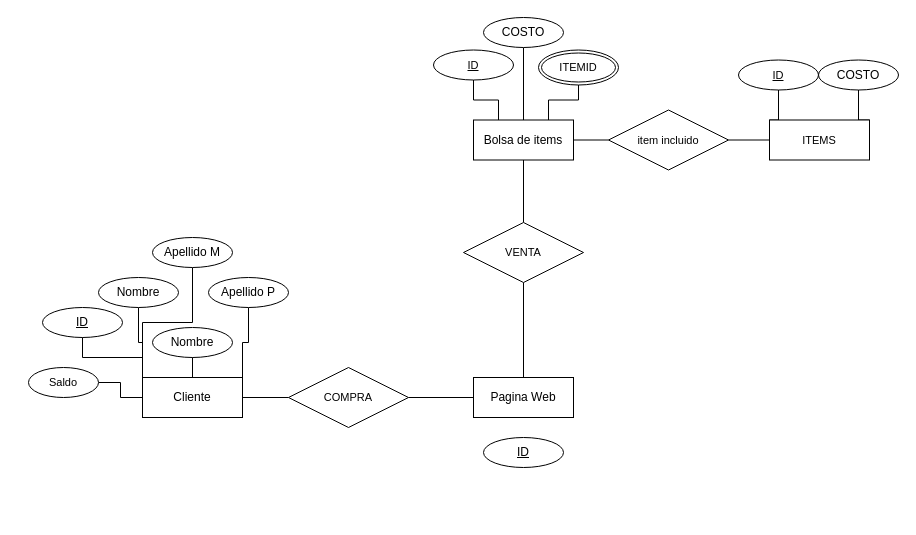
The draw.io diagram Base de Datos INGW I .drawio in CHMaster123/Diagramas-de-Clases, before the edit. Source tidied: cells renumbered, new cells numbered last; positions are measured from the earlier drawing's top-left corner, leaving out a move shared by most shapes. Both pictures are drawn from the tidied source at 100%, with x=0, y=0 at pixel (28, 17).
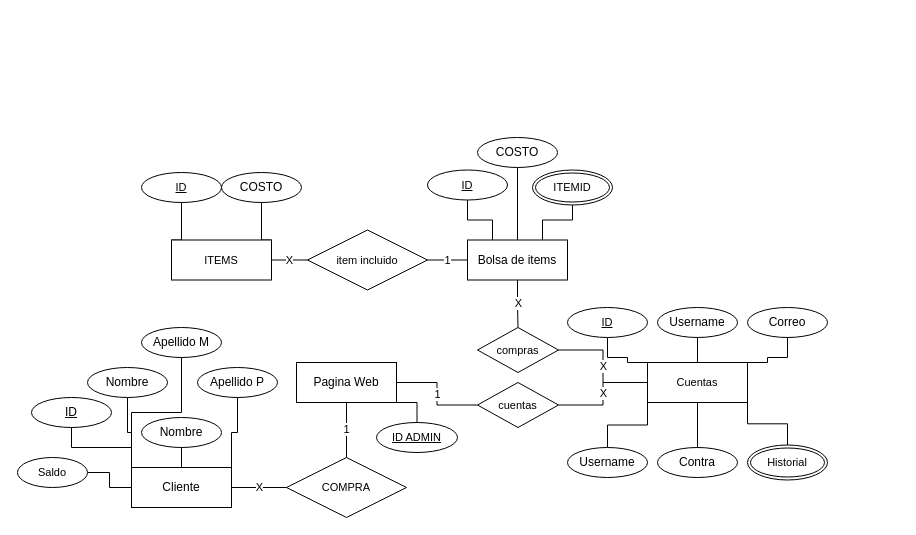
The same page after the edit.

Change to the diagram source:
```diff
@@
     <mxCell id="2" value="ID" style="ellipse;whiteSpace=wrap;html=1;align=center;fontStyle=4;" parent="1" vertex="1">
-      <mxGeometry x="14" y="290" width="80" height="30" as="geometry" />
+      <mxGeometry x="3" y="380" width="80" height="30" as="geometry" />
     </mxCell>
     <mxCell id="3" value="Nombre" style="ellipse;whiteSpace=wrap;html=1;align=center;" parent="1" vertex="1">
-      <mxGeometry x="124" y="310" width="80" height="30" as="geometry" />
+      <mxGeometry x="113" y="400" width="80" height="30" as="geometry" />
     </mxCell>
-    <mxCell id="4" style="edgeStyle=orthogonalEdgeStyle;shape=connector;rounded=0;jettySize=auto;html=1;exitX=0.5;exitY=0;exitDx=0;exitDy=0;entryX=0.5;entryY=1;entryDx=0;entryDy=0;labelBackgroundColor=default;strokeColor=default;fontFamily=Helvetica;fontSize=11;fontColor=default;endArrow=none;endFill=0;" parent="1" edge="1" source="5" target="33">
-      <mxGeometry relative="1" as="geometry" />
-    </mxCell>
+    <mxCell id="38" style="edgeStyle=orthogonalEdgeStyle;shape=connector;rounded=0;jettySize=auto;html=1;exitX=1;exitY=1;exitDx=0;exitDy=0;entryX=0.5;entryY=0;entryDx=0;entryDy=0;labelBackgroundColor=default;strokeColor=default;fontFamily=Helvetica;fontSize=11;fontColor=default;endArrow=none;endFill=0;" parent="1" edge="1" source="5" target="55">
+      <mxGeometry relative="1" as="geometry" />
+    </mxCell>
+    <mxCell id="39" value="1" style="edgeStyle=orthogonalEdgeStyle;shape=connector;rounded=0;jettySize=auto;html=1;exitX=1;exitY=0.5;exitDx=0;exitDy=0;entryX=0;entryY=0.5;entryDx=0;entryDy=0;labelBackgroundColor=default;strokeColor=default;fontFamily=Helvetica;fontSize=11;fontColor=default;endArrow=none;endFill=0;" parent="1" edge="1" source="5" target="57">
+      <mxGeometry relative="1" as="geometry" />
+    </mxCell>
     <mxCell id="5" value="Pagina Web" style="whiteSpace=wrap;html=1;align=center;" parent="1" vertex="1">
-      <mxGeometry x="445" y="360" width="100" height="40" as="geometry" />
+      <mxGeometry x="268" y="345" width="100" height="40" as="geometry" />
     </mxCell>
@@
-    <mxCell id="9" style="edgeStyle=orthogonalEdgeStyle;shape=connector;rounded=0;jettySize=auto;html=1;exitX=1;exitY=0.5;exitDx=0;exitDy=0;entryX=0;entryY=0.5;entryDx=0;entryDy=0;labelBackgroundColor=default;strokeColor=default;fontFamily=Helvetica;fontSize=11;fontColor=default;endArrow=none;endFill=0;" parent="1" edge="1" source="10" target="37">
-      <mxGeometry relative="1" as="geometry" />
-    </mxCell>
+    <mxCell id="40" value="X" style="edgeStyle=orthogonalEdgeStyle;shape=connector;rounded=0;jettySize=auto;html=1;exitX=0.5;exitY=1;exitDx=0;exitDy=0;entryX=0.5;entryY=0;entryDx=0;entryDy=0;labelBackgroundColor=default;strokeColor=default;fontFamily=Helvetica;fontSize=11;fontColor=default;endArrow=none;endFill=0;" parent="1" edge="1" source="10" target="59">
+      <mxGeometry relative="1" as="geometry" />
+    </mxCell>
     <mxCell id="10" value="Bolsa de items" style="whiteSpace=wrap;html=1;align=center;" parent="1" vertex="1">
-      <mxGeometry x="445" y="102.5" width="100" height="40" as="geometry" />
+      <mxGeometry x="439" y="222.5" width="100" height="40" as="geometry" />
     </mxCell>
@@
-    <mxCell id="17" style="edgeStyle=orthogonalEdgeStyle;shape=connector;rounded=0;jettySize=auto;html=1;exitX=1;exitY=0.5;exitDx=0;exitDy=0;entryX=0;entryY=0.5;entryDx=0;entryDy=0;labelBackgroundColor=default;strokeColor=default;fontFamily=Helvetica;fontSize=11;fontColor=default;endArrow=none;endFill=0;" parent="1" edge="1" source="18" target="31">
+    <mxCell id="17" value="X" style="edgeStyle=orthogonalEdgeStyle;shape=connector;rounded=0;jettySize=auto;html=1;exitX=1;exitY=0.5;exitDx=0;exitDy=0;entryX=0;entryY=0.5;entryDx=0;entryDy=0;labelBackgroundColor=default;strokeColor=default;fontFamily=Helvetica;fontSize=11;fontColor=default;endArrow=none;endFill=0;" parent="1" edge="1" source="18" target="31">
       <mxGeometry relative="1" as="geometry" />
     </mxCell>
     <mxCell id="18" value="Cliente" style="whiteSpace=wrap;html=1;align=center;" parent="1" vertex="1">
-      <mxGeometry x="114" y="360" width="100" height="40" as="geometry" />
+      <mxGeometry x="103" y="450" width="100" height="40" as="geometry" />
     </mxCell>
     <mxCell id="19" value="Saldo" style="ellipse;whiteSpace=wrap;html=1;align=center;strokeColor=default;fontFamily=Helvetica;fontSize=11;fontColor=default;fillColor=default;" parent="1" vertex="1">
-      <mxGeometry y="350" width="70" height="30" as="geometry" />
+      <mxGeometry x="-11" y="440" width="70" height="30" as="geometry" />
     </mxCell>
     <mxCell id="20" value="Apellido M" style="ellipse;whiteSpace=wrap;html=1;align=center;" parent="1" vertex="1">
-      <mxGeometry x="124" y="220" width="80" height="30" as="geometry" />
+      <mxGeometry x="113" y="310" width="80" height="30" as="geometry" />
     </mxCell>
     <mxCell id="21" value="Nombre" style="ellipse;whiteSpace=wrap;html=1;align=center;" parent="1" vertex="1">
-      <mxGeometry x="70" y="260" width="80" height="30" as="geometry" />
+      <mxGeometry x="59" y="350" width="80" height="30" as="geometry" />
     </mxCell>
     <mxCell id="22" value="Apellido P" style="ellipse;whiteSpace=wrap;html=1;align=center;" parent="1" vertex="1">
-      <mxGeometry x="180" y="260" width="80" height="30" as="geometry" />
+      <mxGeometry x="169" y="350" width="80" height="30" as="geometry" />
     </mxCell>
@@
+    <mxCell id="41" value="X" style="edgeStyle=orthogonalEdgeStyle;shape=connector;rounded=0;jettySize=auto;html=1;exitX=1;exitY=0.5;exitDx=0;exitDy=0;entryX=0;entryY=0.5;entryDx=0;entryDy=0;labelBackgroundColor=default;strokeColor=default;fontFamily=Helvetica;fontSize=11;fontColor=default;endArrow=none;endFill=0;" parent="1" edge="1" source="25" target="37">
+      <mxGeometry relative="1" as="geometry" />
+    </mxCell>
     <mxCell id="25" value="ITEMS" style="whiteSpace=wrap;html=1;align=center;fontFamily=Helvetica;fontSize=11;fontColor=default;" parent="1" vertex="1">
-      <mxGeometry x="741" y="102.5" width="100" height="40" as="geometry" />
+      <mxGeometry x="143" y="222.5" width="100" height="40" as="geometry" />
     </mxCell>
     <mxCell id="26" value="ID" style="ellipse;whiteSpace=wrap;html=1;align=center;fontStyle=4;fontFamily=Helvetica;fontSize=11;fontColor=default;" parent="1" vertex="1">
-      <mxGeometry x="710" y="42.5" width="80" height="30" as="geometry" />
+      <mxGeometry x="113" y="155" width="80" height="30" as="geometry" />
     </mxCell>
     <mxCell id="27" value="COSTO" style="ellipse;whiteSpace=wrap;html=1;align=center;" parent="1" vertex="1">
-      <mxGeometry x="790" y="42.5" width="80" height="30" as="geometry" />
+      <mxGeometry x="193" y="155" width="80" height="30" as="geometry" />
     </mxCell>
     <mxCell id="28" value="ID" style="ellipse;whiteSpace=wrap;html=1;align=center;fontStyle=4;fontFamily=Helvetica;fontSize=11;fontColor=default;" parent="1" vertex="1">
-      <mxGeometry x="405" y="32.5" width="80" height="30" as="geometry" />
+      <mxGeometry x="399" y="152.5" width="80" height="30" as="geometry" />
     </mxCell>
     <mxCell id="29" value="ITEMID" style="ellipse;shape=doubleEllipse;margin=3;whiteSpace=wrap;html=1;align=center;strokeColor=default;fontFamily=Helvetica;fontSize=11;fontColor=default;fillColor=default;" parent="1" vertex="1">
-      <mxGeometry x="510" y="32.5" width="80" height="35" as="geometry" />
+      <mxGeometry x="504" y="152.5" width="80" height="35" as="geometry" />
     </mxCell>
-    <mxCell id="30" style="edgeStyle=orthogonalEdgeStyle;shape=connector;rounded=0;jettySize=auto;html=1;exitX=1;exitY=0.5;exitDx=0;exitDy=0;entryX=0;entryY=0.5;entryDx=0;entryDy=0;labelBackgroundColor=default;strokeColor=default;fontFamily=Helvetica;fontSize=11;fontColor=default;endArrow=none;endFill=0;" parent="1" edge="1" source="31" target="5">
+    <mxCell id="30" value="1" style="edgeStyle=orthogonalEdgeStyle;shape=connector;rounded=0;jettySize=auto;html=1;exitX=0.5;exitY=0;exitDx=0;exitDy=0;entryX=0.5;entryY=1;entryDx=0;entryDy=0;labelBackgroundColor=default;strokeColor=default;fontFamily=Helvetica;fontSize=11;fontColor=default;endArrow=none;endFill=0;" parent="1" edge="1" source="31" target="5">
       <mxGeometry relative="1" as="geometry" />
     </mxCell>
     <mxCell id="31" value="COMPRA" style="shape=rhombus;perimeter=rhombusPerimeter;whiteSpace=wrap;html=1;align=center;strokeColor=default;fontFamily=Helvetica;fontSize=11;fontColor=default;fillColor=default;" parent="1" vertex="1">
-      <mxGeometry x="260" y="350" width="120" height="60" as="geometry" />
+      <mxGeometry x="258" y="440" width="120" height="60" as="geometry" />
     </mxCell>
-    <mxCell id="32" style="edgeStyle=orthogonalEdgeStyle;shape=connector;rounded=0;jettySize=auto;html=1;exitX=0.5;exitY=0;exitDx=0;exitDy=0;entryX=0.5;entryY=1;entryDx=0;entryDy=0;labelBackgroundColor=default;strokeColor=default;fontFamily=Helvetica;fontSize=11;fontColor=default;endArrow=none;endFill=0;" parent="1" edge="1" source="33" target="10">
-      <mxGeometry relative="1" as="geometry" />
-    </mxCell>
-    <mxCell id="33" value="VENTA" style="shape=rhombus;perimeter=rhombusPerimeter;whiteSpace=wrap;html=1;align=center;strokeColor=default;fontFamily=Helvetica;fontSize=11;fontColor=default;fillColor=default;" parent="1" vertex="1">
-      <mxGeometry x="435" y="205" width="120" height="60" as="geometry" />
-    </mxCell>
+    <mxCell id="35" value="COSTO" style="ellipse;whiteSpace=wrap;html=1;align=center;" parent="1" vertex="1">
+      <mxGeometry x="449" y="120" width="80" height="30" as="geometry" />
+    </mxCell>
+    <mxCell id="42" value="1" style="edgeStyle=orthogonalEdgeStyle;shape=connector;rounded=0;jettySize=auto;html=1;entryX=0;entryY=0.5;entryDx=0;entryDy=0;labelBackgroundColor=default;strokeColor=default;fontFamily=Helvetica;fontSize=11;fontColor=default;endArrow=none;endFill=0;" parent="1" edge="1" source="37" target="10">
+      <mxGeometry relative="1" as="geometry" />
+    </mxCell>
+    <mxCell id="37" value="item incluido" style="shape=rhombus;perimeter=rhombusPerimeter;whiteSpace=wrap;html=1;align=center;strokeColor=default;fontFamily=Helvetica;fontSize=11;fontColor=default;fillColor=default;" parent="1" vertex="1">
+      <mxGeometry x="279" y="212.5" width="120" height="60" as="geometry" />
+    </mxCell>
+    <mxCell id="43" style="edgeStyle=orthogonalEdgeStyle;shape=connector;rounded=0;jettySize=auto;html=1;exitX=0;exitY=0;exitDx=0;exitDy=0;entryX=0.5;entryY=1;entryDx=0;entryDy=0;labelBackgroundColor=default;strokeColor=default;fontFamily=Helvetica;fontSize=11;fontColor=default;endArrow=none;endFill=0;" parent="1" edge="1" source="49" target="34">
+      <mxGeometry relative="1" as="geometry">
+        <Array as="points">
+          <mxPoint x="599" y="345" />
+          <mxPoint x="599" y="340" />
+          <mxPoint x="579" y="340" />
+        </Array>
+      </mxGeometry>
+    </mxCell>
+    <mxCell id="44" style="edgeStyle=orthogonalEdgeStyle;shape=connector;rounded=0;jettySize=auto;html=1;exitX=0.5;exitY=0;exitDx=0;exitDy=0;entryX=0.5;entryY=1;entryDx=0;entryDy=0;labelBackgroundColor=default;strokeColor=default;fontFamily=Helvetica;fontSize=11;fontColor=default;endArrow=none;endFill=0;" parent="1" edge="1" source="49" target="50">
+      <mxGeometry relative="1" as="geometry" />
+    </mxCell>
+    <mxCell id="45" style="edgeStyle=orthogonalEdgeStyle;shape=connector;rounded=0;jettySize=auto;html=1;exitX=1;exitY=0;exitDx=0;exitDy=0;entryX=0.5;entryY=1;entryDx=0;entryDy=0;labelBackgroundColor=default;strokeColor=default;fontFamily=Helvetica;fontSize=11;fontColor=default;endArrow=none;endFill=0;" parent="1" edge="1" source="49" target="51">
+      <mxGeometry relative="1" as="geometry">
+        <Array as="points">
+          <mxPoint x="739" y="345" />
+          <mxPoint x="739" y="340" />
+          <mxPoint x="759" y="340" />
+        </Array>
+      </mxGeometry>
+    </mxCell>
+    <mxCell id="46" style="edgeStyle=orthogonalEdgeStyle;shape=connector;rounded=0;jettySize=auto;html=1;exitX=0;exitY=1;exitDx=0;exitDy=0;entryX=0.5;entryY=0;entryDx=0;entryDy=0;labelBackgroundColor=default;strokeColor=default;fontFamily=Helvetica;fontSize=11;fontColor=default;endArrow=none;endFill=0;" parent="1" edge="1" source="49" target="52">
+      <mxGeometry relative="1" as="geometry" />
+    </mxCell>
+    <mxCell id="47" style="edgeStyle=orthogonalEdgeStyle;shape=connector;rounded=0;jettySize=auto;html=1;exitX=0.5;exitY=1;exitDx=0;exitDy=0;entryX=0.5;entryY=0;entryDx=0;entryDy=0;labelBackgroundColor=default;strokeColor=default;fontFamily=Helvetica;fontSize=11;fontColor=default;endArrow=none;endFill=0;" parent="1" edge="1" source="49" target="53">
+      <mxGeometry relative="1" as="geometry" />
+    </mxCell>
+    <mxCell id="48" style="edgeStyle=orthogonalEdgeStyle;shape=connector;rounded=0;jettySize=auto;html=1;exitX=1;exitY=1;exitDx=0;exitDy=0;entryX=0.5;entryY=0;entryDx=0;entryDy=0;labelBackgroundColor=default;strokeColor=default;fontFamily=Helvetica;fontSize=11;fontColor=default;endArrow=none;endFill=0;" parent="1" edge="1" source="49" target="54">
+      <mxGeometry relative="1" as="geometry" />
+    </mxCell>
+    <mxCell id="49" value="Cuentas" style="whiteSpace=wrap;html=1;align=center;strokeColor=default;fontFamily=Helvetica;fontSize=11;fontColor=default;fillColor=default;" parent="1" vertex="1">
+      <mxGeometry x="619" y="345" width="100" height="40" as="geometry" />
+    </mxCell>
-    <mxCell id="34" value="ID" style="ellipse;whiteSpace=wrap;html=1;align=center;fontStyle=4;" parent="1" vertex="1">
-      <mxGeometry x="455" y="420" width="80" height="30" as="geometry" />
+    <mxCell id="34" value="ID" style="ellipse;whiteSpace=wrap;html=1;align=center;fontStyle=4;fontFamily=Helvetica;fontSize=11;fontColor=default;" parent="1" vertex="1">
+      <mxGeometry x="539" y="290" width="80" height="30" as="geometry" />
     </mxCell>
-    <mxCell id="35" value="COSTO" style="ellipse;whiteSpace=wrap;html=1;align=center;" parent="1" vertex="1">
-      <mxGeometry x="455" width="80" height="30" as="geometry" />
-    </mxCell>
-    <mxCell id="36" style="edgeStyle=orthogonalEdgeStyle;shape=connector;rounded=0;jettySize=auto;html=1;exitX=1;exitY=0.5;exitDx=0;exitDy=0;entryX=0;entryY=0.5;entryDx=0;entryDy=0;labelBackgroundColor=default;strokeColor=default;fontFamily=Helvetica;fontSize=11;fontColor=default;endArrow=none;endFill=0;" parent="1" edge="1" source="37" target="25">
-      <mxGeometry relative="1" as="geometry" />
-    </mxCell>
-    <mxCell id="37" value="item incluido" style="shape=rhombus;perimeter=rhombusPerimeter;whiteSpace=wrap;html=1;align=center;strokeColor=default;fontFamily=Helvetica;fontSize=11;fontColor=default;fillColor=default;" parent="1" vertex="1">
-      <mxGeometry x="580" y="92.5" width="120" height="60" as="geometry" />
-    </mxCell>
+    <mxCell id="50" value="Username" style="ellipse;whiteSpace=wrap;html=1;align=center;" parent="1" vertex="1">
+      <mxGeometry x="629" y="290" width="80" height="30" as="geometry" />
+    </mxCell>
+    <mxCell id="51" value="Correo" style="ellipse;whiteSpace=wrap;html=1;align=center;" parent="1" vertex="1">
+      <mxGeometry x="719" y="290" width="80" height="30" as="geometry" />
+    </mxCell>
+    <mxCell id="52" value="Username" style="ellipse;whiteSpace=wrap;html=1;align=center;" parent="1" vertex="1">
+      <mxGeometry x="539" y="430" width="80" height="30" as="geometry" />
+    </mxCell>
+    <mxCell id="53" value="Contra" style="ellipse;whiteSpace=wrap;html=1;align=center;" parent="1" vertex="1">
+      <mxGeometry x="629" y="430" width="80" height="30" as="geometry" />
+    </mxCell>
+    <mxCell id="54" value="Historial" style="ellipse;shape=doubleEllipse;margin=3;whiteSpace=wrap;html=1;align=center;strokeColor=default;fontFamily=Helvetica;fontSize=11;fontColor=default;fillColor=default;" parent="1" vertex="1">
+      <mxGeometry x="719" y="427.5" width="80" height="35" as="geometry" />
+    </mxCell>
+    <mxCell id="55" value="ID ADMIN" style="ellipse;whiteSpace=wrap;html=1;align=center;fontStyle=4;strokeColor=default;fontFamily=Helvetica;fontSize=11;fontColor=default;fillColor=default;" parent="1" vertex="1">
+      <mxGeometry x="348" y="405" width="81" height="30" as="geometry" />
+    </mxCell>
+    <mxCell id="56" value="X" style="edgeStyle=orthogonalEdgeStyle;shape=connector;rounded=0;jettySize=auto;html=1;exitX=1;exitY=0.5;exitDx=0;exitDy=0;entryX=0;entryY=0.5;entryDx=0;entryDy=0;labelBackgroundColor=default;strokeColor=default;fontFamily=Helvetica;fontSize=11;fontColor=default;endArrow=none;endFill=0;" parent="1" edge="1" source="57" target="49">
+      <mxGeometry relative="1" as="geometry" />
+    </mxCell>
+    <mxCell id="57" value="cuentas" style="shape=rhombus;perimeter=rhombusPerimeter;whiteSpace=wrap;html=1;align=center;strokeColor=default;fontFamily=Helvetica;fontSize=11;fontColor=default;fillColor=default;" parent="1" vertex="1">
+      <mxGeometry x="449" y="365" width="81" height="45" as="geometry" />
+    </mxCell>
+    <mxCell id="58" value="X" style="edgeStyle=orthogonalEdgeStyle;shape=connector;rounded=0;jettySize=auto;html=1;exitX=1;exitY=0.5;exitDx=0;exitDy=0;entryX=0;entryY=0.5;entryDx=0;entryDy=0;labelBackgroundColor=default;strokeColor=default;fontFamily=Helvetica;fontSize=11;fontColor=default;endArrow=none;endFill=0;" parent="1" edge="1" source="59" target="49">
+      <mxGeometry relative="1" as="geometry" />
+    </mxCell>
+    <mxCell id="59" value="compras" style="shape=rhombus;perimeter=rhombusPerimeter;whiteSpace=wrap;html=1;align=center;strokeColor=default;fontFamily=Helvetica;fontSize=11;fontColor=default;fillColor=default;" parent="1" vertex="1">
+      <mxGeometry x="449" y="310" width="81" height="45" as="geometry" />
+    </mxCell>
```
